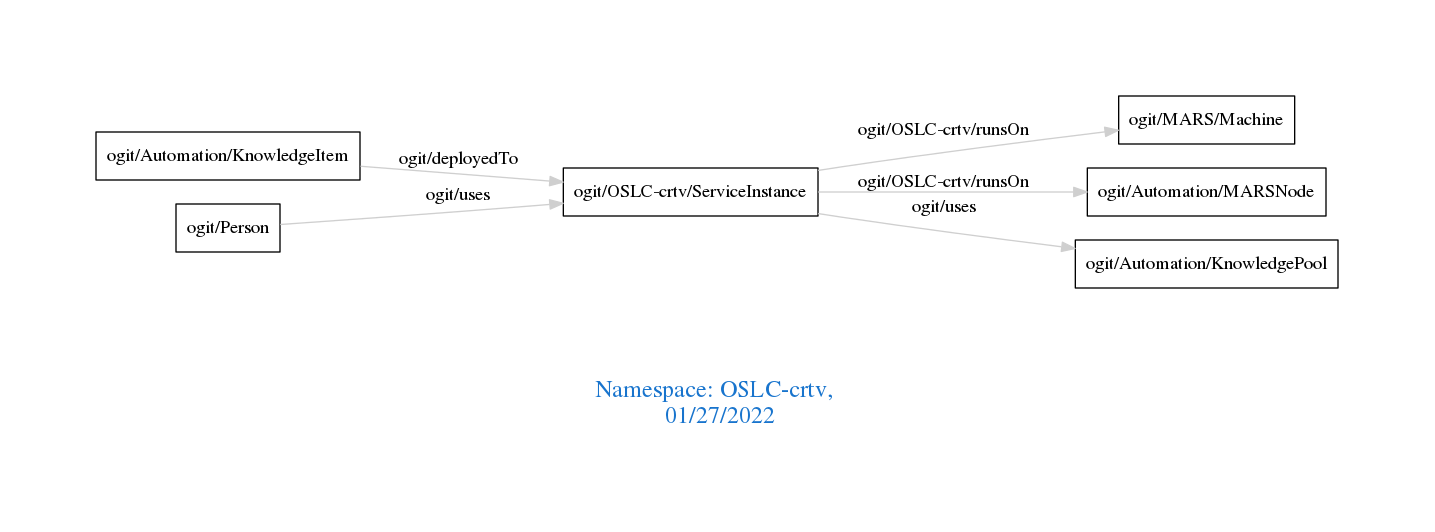
Above: downloads/OSLC-crtv.png in arago/OGIT (Graphviz), before the change. Its source is kept beside it as downloads/OSLC-crtv.dot.
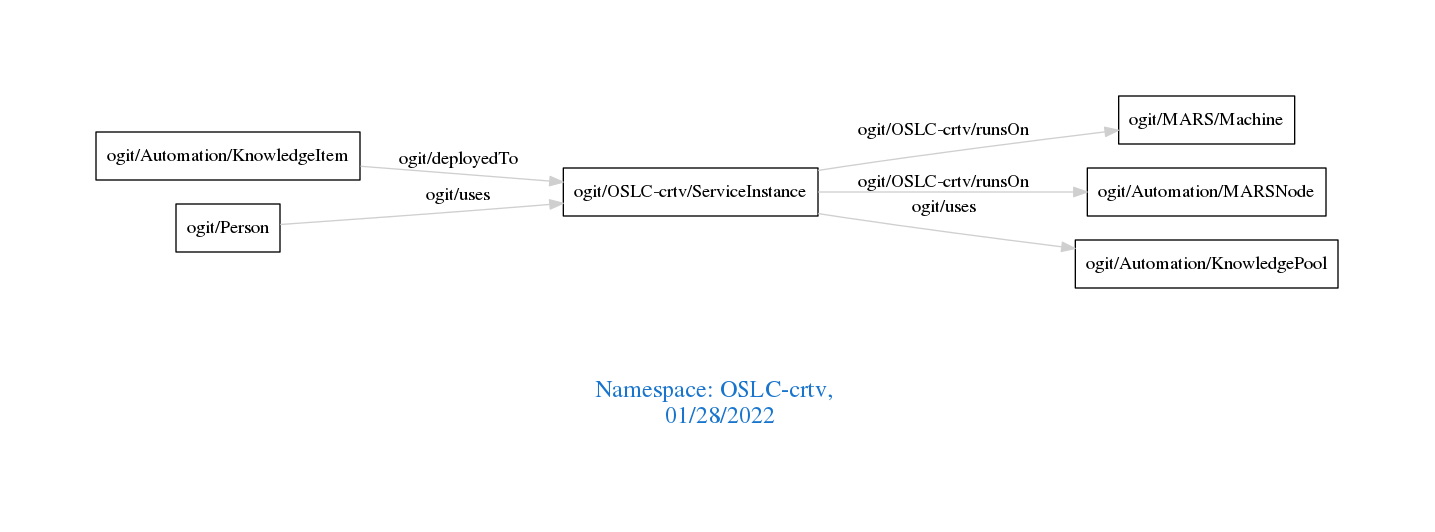
Above is the later version.

Diff of the diagram source:
```diff
@@ -1,7 +1,7 @@
 digraph OGIT_ontology {
  graph [ rankdir= LR,pad=1
 fontsize = 18,
-fontcolor= dodgerblue3,label = "\n\n\nNamespace: OSLC-crtv, \n 01/27/2022"];
+fontcolor= dodgerblue3,label = "\n\n\nNamespace: OSLC-crtv, \n 01/28/2022"];
 node[shape=polygon];
 edge [  color="gray81"];
 
```
